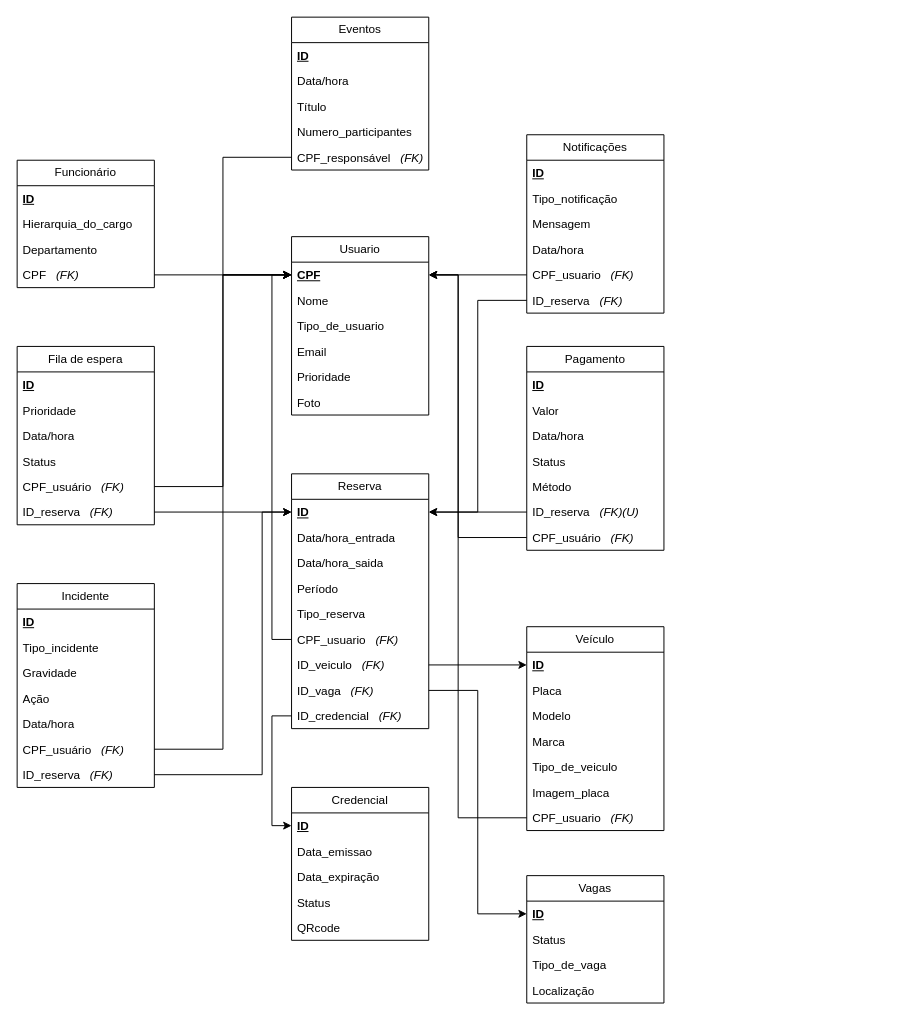
This is documentos.drawio from SamanthaMiyahira/miniEP6, a draw.io file, before an edit. Source tidied: cells renumbered, new cells numbered last; positions are measured from the earlier drawing's top-left corner, leaving out a move shared by most shapes. Both pictures are drawn from the tidied source at 98%, with x=0, y=0 at pixel (17, 17).
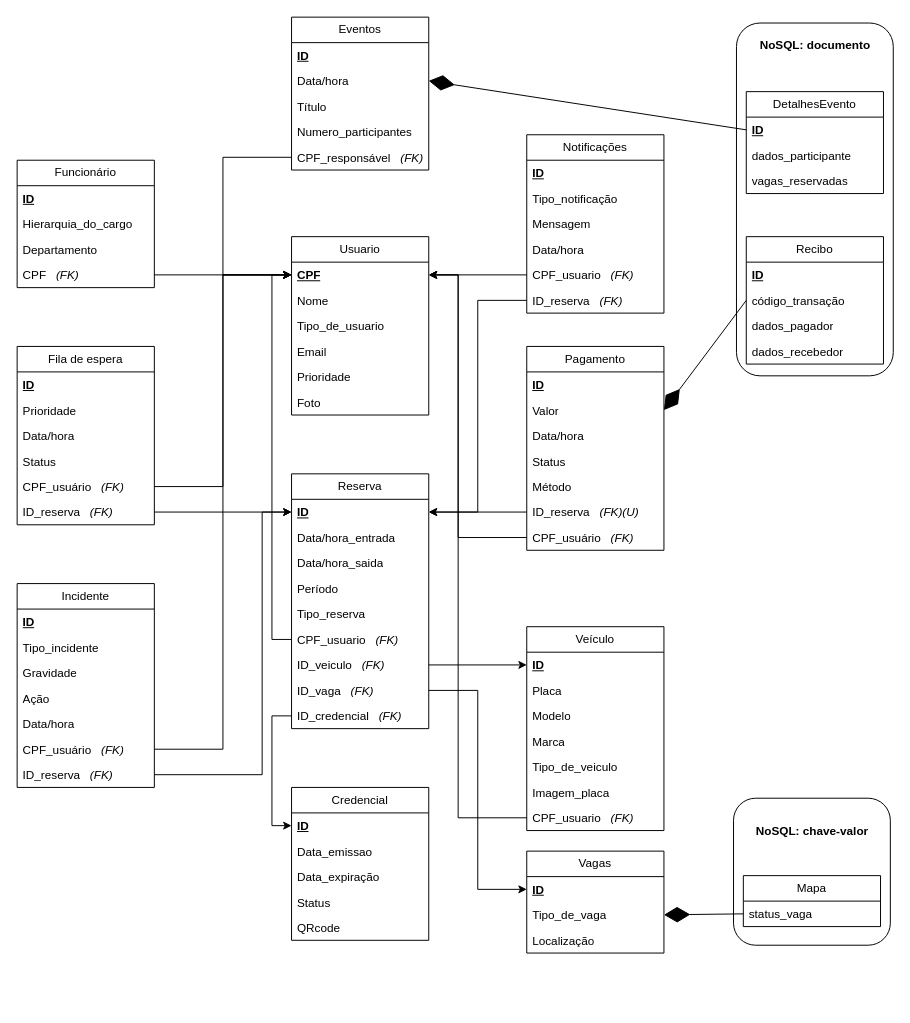
The same page after the edit.

The change refers to these unchanged cells:
```xml
<mxCell id="24" value="Data/hora" style="text;strokeColor=none;fillColor=none;align=left;verticalAlign=top;spacingLeft=4;spacingRight=4;overflow=hidden;points=[[0,0.5],[1,0.5]];portConstraint=eastwest;whiteSpace=wrap;html=1;" parent="22" vertex="1">
  <mxGeometry y="52" width="140" height="26" as="geometry" />
</mxCell>
<mxCell id="60" value="Valor" style="text;strokeColor=none;fillColor=none;align=left;verticalAlign=top;spacingLeft=4;spacingRight=4;overflow=hidden;points=[[0,0.5],[1,0.5]];portConstraint=eastwest;whiteSpace=wrap;html=1;" parent="58" vertex="1">
  <mxGeometry y="52" width="140" height="26" as="geometry" />
</mxCell>
```

Diff of the diagram source:
```diff
@@
+    <mxCell id="94" style="rounded=1;whiteSpace=wrap;html=1;direction=south;" parent="1" vertex="1">
+      <mxGeometry x="731" y="797" width="160" height="150" as="geometry" />
+    </mxCell>
+    <mxCell id="95" style="rounded=1;whiteSpace=wrap;html=1;" parent="1" vertex="1">
+      <mxGeometry x="734" y="6" width="160" height="360" as="geometry" />
+    </mxCell>
@@
     <mxCell id="74" value="Vagas" style="swimlane;fontStyle=0;horizontal=1;startSize=26;fillColor=none;whiteSpace=wrap;html=1;" parent="1" vertex="1">
-      <mxGeometry x="520" y="876" width="140" height="130" as="geometry" />
+      <mxGeometry x="520" y="851" width="140" height="104" as="geometry" />
     </mxCell>
@@
-    <mxCell id="76" value="Status" style="text;strokeColor=none;fillColor=none;align=left;verticalAlign=top;spacingLeft=4;spacingRight=4;overflow=hidden;whiteSpace=wrap;html=1;" parent="74" vertex="1">
-      <mxGeometry y="52" width="140" height="26" as="geometry" />
-    </mxCell>
     <mxCell id="77" value="Tipo_de_vaga" style="text;strokeColor=none;fillColor=none;align=left;verticalAlign=top;spacingLeft=4;spacingRight=4;overflow=hidden;points=[[0,0.5],[1,0.5]];portConstraint=eastwest;whiteSpace=wrap;html=1;" parent="74" vertex="1">
-      <mxGeometry y="78" width="140" height="26" as="geometry" />
+      <mxGeometry y="52" width="140" height="26" as="geometry" />
     </mxCell>
     <mxCell id="78" value="Localização" style="text;strokeColor=none;fillColor=none;align=left;verticalAlign=top;spacingLeft=4;spacingRight=4;overflow=hidden;whiteSpace=wrap;html=1;" parent="74" vertex="1">
-      <mxGeometry y="104" width="140" height="26" as="geometry" />
+      <mxGeometry y="78" width="140" height="26" as="geometry" />
     </mxCell>
@@
+    <mxCell id="96" value="Recibo" style="swimlane;fontStyle=0;horizontal=1;startSize=26;fillColor=none;whiteSpace=wrap;html=1;" parent="1" vertex="1">
+      <mxGeometry x="744" y="224" width="140" height="130" as="geometry" />
+    </mxCell>
+    <mxCell id="97" value="ID" style="text;strokeColor=none;fillColor=none;align=left;verticalAlign=top;spacingLeft=4;spacingRight=4;overflow=hidden;whiteSpace=wrap;html=1;fontStyle=5;" parent="96" vertex="1">
+      <mxGeometry y="26" width="140" height="26" as="geometry" />
+    </mxCell>
+    <mxCell id="98" value="código_transação" style="text;strokeColor=none;fillColor=none;align=left;verticalAlign=top;spacingLeft=4;spacingRight=4;overflow=hidden;points=[[0,0.5],[1,0.5]];portConstraint=eastwest;whiteSpace=wrap;html=1;" parent="96" vertex="1">
+      <mxGeometry y="52" width="140" height="26" as="geometry" />
+    </mxCell>
+    <mxCell id="99" value="dados_pagador" style="text;strokeColor=none;fillColor=none;align=left;verticalAlign=top;spacingLeft=4;spacingRight=4;overflow=hidden;whiteSpace=wrap;html=1;" parent="96" vertex="1">
+      <mxGeometry y="78" width="140" height="26" as="geometry" />
+    </mxCell>
+    <mxCell id="100" value="dados_recebedor" style="text;strokeColor=none;fillColor=none;align=left;verticalAlign=top;spacingLeft=4;spacingRight=4;overflow=hidden;whiteSpace=wrap;html=1;" parent="96" vertex="1">
+      <mxGeometry y="104" width="140" height="26" as="geometry" />
+    </mxCell>
+    <mxCell id="101" value="DetalhesEvento" style="swimlane;fontStyle=0;horizontal=1;startSize=26;fillColor=none;whiteSpace=wrap;html=1;" parent="1" vertex="1">
+      <mxGeometry x="744" y="76" width="140" height="104" as="geometry" />
+    </mxCell>
+    <mxCell id="102" value="ID" style="text;strokeColor=none;fillColor=none;align=left;verticalAlign=top;spacingLeft=4;spacingRight=4;overflow=hidden;points=[[0,0.5],[1,0.5]];portConstraint=eastwest;whiteSpace=wrap;html=1;fontStyle=5;" parent="101" vertex="1">
+      <mxGeometry y="26" width="140" height="26" as="geometry" />
+    </mxCell>
+    <mxCell id="103" value="dados_participante" style="text;strokeColor=none;fillColor=none;align=left;verticalAlign=top;spacingLeft=4;spacingRight=4;overflow=hidden;whiteSpace=wrap;html=1;" parent="101" vertex="1">
+      <mxGeometry y="52" width="140" height="26" as="geometry" />
+    </mxCell>
+    <mxCell id="104" value="vagas_reservadas" style="text;strokeColor=none;fillColor=none;align=left;verticalAlign=top;spacingLeft=4;spacingRight=4;overflow=hidden;whiteSpace=wrap;html=1;" parent="101" vertex="1">
+      <mxGeometry y="78" width="140" height="26" as="geometry" />
+    </mxCell>
+    <mxCell id="105" value="Mapa" style="swimlane;fontStyle=0;horizontal=1;startSize=26;fillColor=none;whiteSpace=wrap;html=1;" parent="1" vertex="1">
+      <mxGeometry x="741" y="876" width="140" height="52" as="geometry" />
+    </mxCell>
+    <mxCell id="106" value="status_vaga" style="text;strokeColor=none;fillColor=none;align=left;verticalAlign=top;spacingLeft=4;spacingRight=4;overflow=hidden;points=[[0,0.5],[1,0.5]];portConstraint=eastwest;whiteSpace=wrap;html=1;" parent="105" vertex="1">
+      <mxGeometry y="26" width="140" height="26" as="geometry" />
+    </mxCell>
+    <mxCell id="107" style="endArrow=diamondThin;endFill=1;endSize=24;html=1;rounded=0;exitX=0;exitY=0.5;exitDx=0;exitDy=0;entryX=1;entryY=0.5;entryDx=0;entryDy=0;" parent="1" edge="1" source="98" target="60">
+      <mxGeometry relative="1" as="geometry" />
+    </mxCell>
+    <mxCell id="108" style="endArrow=diamondThin;endFill=1;endSize=24;html=1;rounded=0;exitX=0;exitY=0.5;exitDx=0;exitDy=0;entryX=1;entryY=0.5;entryDx=0;entryDy=0;" parent="1" edge="1" source="102" target="24">
+      <mxGeometry relative="1" as="geometry" />
+    </mxCell>
+    <mxCell id="109" style="endArrow=diamondThin;endFill=1;endSize=24;html=1;rounded=0;exitX=0;exitY=0.5;exitDx=0;exitDy=0;entryX=1;entryY=0.5;entryDx=0;entryDy=0;" parent="1" edge="1" source="106" target="77">
+      <mxGeometry relative="1" as="geometry" />
+    </mxCell>
+    <mxCell id="110" value="NoSQL: chave-valor" style="text;align=center;fontStyle=1;verticalAlign=middle;spacingLeft=3;spacingRight=3;strokeColor=none;html=1;" parent="1" vertex="1">
+      <mxGeometry x="771" y="818" width="80" height="26" as="geometry" />
+    </mxCell>
+    <mxCell id="111" value="NoSQL: documento" style="text;align=center;fontStyle=1;verticalAlign=middle;spacingLeft=3;spacingRight=3;strokeColor=none;html=1;" parent="1" vertex="1">
+      <mxGeometry x="774" y="16" width="80" height="26" as="geometry" />
+    </mxCell>
```
